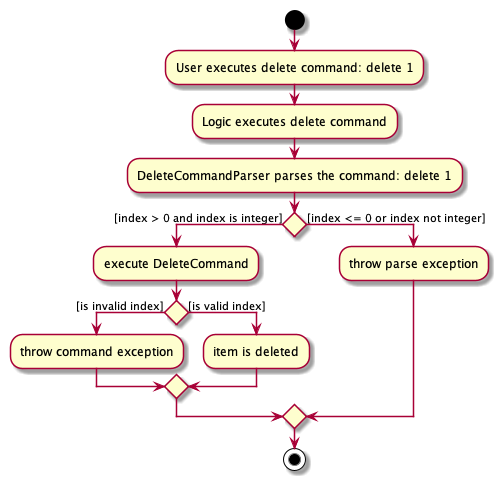
Before: docs/images/implementation/ActivityDiagram/DeleteCommandActivityDiagram.png, a diagram exported from PlantUML (nus-cs2103-AY2021S1/tp). Source of this version:
```plantuml
@startuml
start
:User executes delete command: delete 1;
:Logic executes delete command;
:DeleteCommandParser parses the command: delete 1;

if () then ([index > 0 and index is integer])
:execute DeleteCommand;

        if () then ([is invalid index])
        :throw command exception;

        else ([is valid index])
        :item is deleted;

        endif

else ([index <= 0 or index not integer])
    :throw parse exception;

endif
stop

@enduml
```
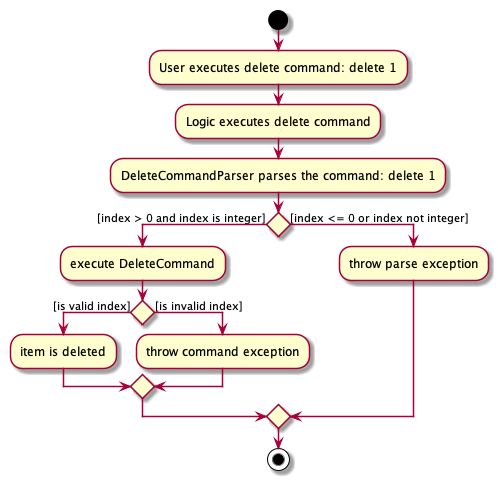
The same diagram one commit later.

What changed in the source:
```diff
@@ -7,11 +7,11 @@
 if () then ([index > 0 and index is integer])
 :execute DeleteCommand;
 
-        if () then ([is invalid index])
+        if () then ([is valid index])
+        :item is deleted;
+
+        else ([is invalid index])
         :throw command exception;
-
-        else ([is valid index])
-        :item is deleted;
 
         endif
 
```
